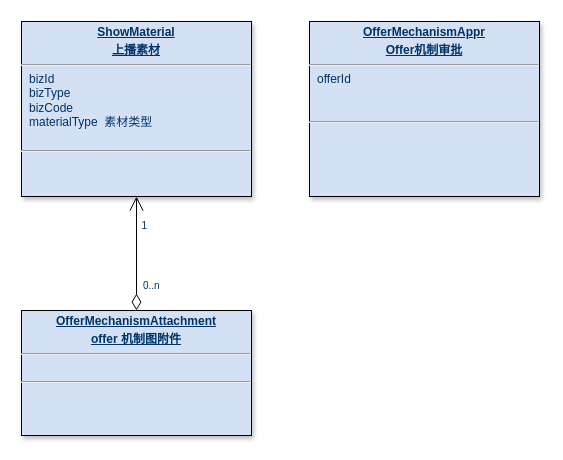
Earlier version of the draw.io diagram page "Offer素材-设计" (20 of 23) of 美one.drawio (rockywade/draw). Source tidied: cells renumbered, new cells numbered last; positions are measured from the earlier drawing's top-left corner, leaving out a move shared by most shapes. Both pictures are drawn from the tidied source at 100%, with x=0, y=0 at pixel (21, 21).
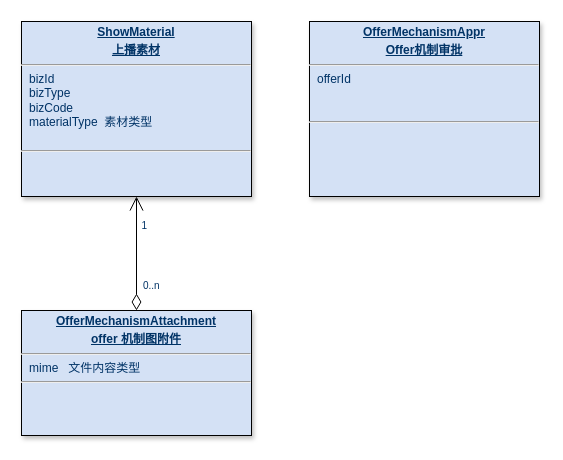
The same diagram, later.

What changed in the source:
```diff
@@
 <mxGraphModel>
   <root>
     <mxCell id="0" />
     <mxCell id="1" parent="0" />
     <mxCell id="2" value="&lt;p style=&quot;margin: 4px 0px 0px; text-align: center;&quot;&gt;&lt;span style=&quot;background-color: transparent; text-align: left;&quot;&gt;&lt;b&gt;&lt;u&gt;ShowMaterial&lt;/u&gt;&lt;/b&gt;&lt;/span&gt;&lt;/p&gt;&lt;p style=&quot;margin: 4px 0px 0px; text-align: center;&quot;&gt;&lt;span style=&quot;background-color: transparent; text-align: left;&quot;&gt;&lt;b&gt;&lt;u&gt;上播素材&lt;/u&gt;&lt;/b&gt;&lt;/span&gt;&lt;/p&gt;&lt;hr&gt;&lt;p style=&quot;margin: 0px; margin-left: 8px;&quot;&gt;bizId&lt;/p&gt;&lt;p style=&quot;margin: 0px; margin-left: 8px;&quot;&gt;bizType&lt;/p&gt;&lt;p style=&quot;margin: 0px; margin-left: 8px;&quot;&gt;bizCode&lt;/p&gt;&lt;p style=&quot;margin: 0px; margin-left: 8px;&quot;&gt;materialType&amp;nbsp;&amp;nbsp;素材类型&lt;/p&gt;&lt;p style=&quot;margin: 0px; margin-left: 8px;&quot;&gt;&lt;br&gt;&lt;/p&gt;&lt;hr&gt;&lt;p style=&quot;margin: 0px; margin-left: 8px;&quot;&gt;&lt;br&gt;&lt;/p&gt;&lt;p style=&quot;margin: 0px; margin-left: 8px;&quot;&gt;&lt;br&gt;&lt;/p&gt;" style="verticalAlign=top;align=left;overflow=fill;fontSize=12;fontFamily=Helvetica;html=1;strokeColor=default;shadow=1;fillColor=#D4E1F5;fontColor=#003366;rounded=0;glass=0;imageAspect=1;labelBackgroundColor=none;textShadow=0;direction=east;" parent="1" vertex="1">
       <mxGeometry width="230" height="175" as="geometry" />
     </mxCell>
-    <mxCell id="3" value="&lt;p style=&quot;margin: 4px 0px 0px; text-align: center;&quot;&gt;&lt;span style=&quot;background-color: transparent; text-align: left;&quot;&gt;&lt;b&gt;&lt;u&gt;OfferMechanismAttachment&lt;/u&gt;&lt;/b&gt;&lt;/span&gt;&lt;/p&gt;&lt;p style=&quot;margin: 4px 0px 0px; text-align: center;&quot;&gt;&lt;span style=&quot;background-color: transparent; text-align: left;&quot;&gt;&lt;b&gt;&lt;u&gt;offer 机制图附件&lt;/u&gt;&lt;/b&gt;&lt;/span&gt;&lt;/p&gt;&lt;hr&gt;&lt;p style=&quot;margin: 0px; margin-left: 8px;&quot;&gt;&lt;br&gt;&lt;/p&gt;&lt;hr&gt;&lt;p style=&quot;margin: 0px; margin-left: 8px;&quot;&gt;&lt;br&gt;&lt;/p&gt;&lt;p style=&quot;margin: 0px; margin-left: 8px;&quot;&gt;&lt;br&gt;&lt;/p&gt;" style="verticalAlign=top;align=left;overflow=fill;fontSize=12;fontFamily=Helvetica;html=1;strokeColor=default;shadow=1;fillColor=#D4E1F5;fontColor=#003366;rounded=0;glass=0;imageAspect=1;labelBackgroundColor=none;textShadow=0;direction=east;" parent="1" vertex="1">
+    <mxCell id="3" value="&lt;p style=&quot;margin: 4px 0px 0px; text-align: center;&quot;&gt;&lt;span style=&quot;background-color: transparent; text-align: left;&quot;&gt;&lt;b&gt;&lt;u&gt;OfferMechanismAttachment&lt;/u&gt;&lt;/b&gt;&lt;/span&gt;&lt;/p&gt;&lt;p style=&quot;margin: 4px 0px 0px; text-align: center;&quot;&gt;&lt;span style=&quot;background-color: transparent; text-align: left;&quot;&gt;&lt;b&gt;&lt;u&gt;offer 机制图附件&lt;/u&gt;&lt;/b&gt;&lt;/span&gt;&lt;/p&gt;&lt;hr&gt;&lt;p style=&quot;margin: 0px; margin-left: 8px;&quot;&gt;mime&amp;nbsp; &amp;nbsp;文件内容类型&lt;/p&gt;&lt;hr&gt;&lt;p style=&quot;margin: 0px; margin-left: 8px;&quot;&gt;&lt;br&gt;&lt;/p&gt;&lt;p style=&quot;margin: 0px; margin-left: 8px;&quot;&gt;&lt;br&gt;&lt;/p&gt;" style="verticalAlign=top;align=left;overflow=fill;fontSize=12;fontFamily=Helvetica;html=1;strokeColor=default;shadow=1;fillColor=#D4E1F5;fontColor=#003366;rounded=0;glass=0;imageAspect=1;labelBackgroundColor=none;textShadow=0;direction=east;" parent="1" vertex="1">
       <mxGeometry y="289" width="230" height="125" as="geometry" />
     </mxCell>
     <mxCell id="4" style="endArrow=open;endSize=12;startArrow=diamondThin;startSize=14;startFill=0;edgeStyle=orthogonalEdgeStyle;exitX=0.5;exitY=0;exitDx=0;exitDy=0;" parent="1" edge="1" source="3" target="2">
       <mxGeometry x="-377.9" y="803.2" as="geometry" />
     </mxCell>
     <mxCell id="5" value="0..n" style="align=left;verticalAlign=top;labelBackgroundColor=#ffffff;fontSize=10;strokeColor=#003366;shadow=1;fillColor=#D4E1F5;fontColor=#003366;" parent="4" vertex="1">
       <mxGeometry x="-1" relative="1" as="geometry">
         <mxPoint x="5" y="-37" as="offset" />
       </mxGeometry>
     </mxCell>
     <mxCell id="6" value="1" style="align=right;verticalAlign=top;labelBackgroundColor=#ffffff;fontSize=10;strokeColor=#003366;shadow=1;fillColor=#D4E1F5;fontColor=#003366;" parent="4" vertex="1">
       <mxGeometry x="1" relative="1" as="geometry">
         <mxPoint x="12" y="17" as="offset" />
       </mxGeometry>
     </mxCell>
     <mxCell id="7" value="&lt;p style=&quot;margin: 4px 0px 0px; text-align: center;&quot;&gt;&lt;span style=&quot;background-color: transparent; text-align: left;&quot;&gt;&lt;b&gt;&lt;u&gt;OfferMechanismAppr&lt;/u&gt;&lt;/b&gt;&lt;/span&gt;&lt;/p&gt;&lt;p style=&quot;margin: 4px 0px 0px; text-align: center;&quot;&gt;&lt;span style=&quot;background-color: transparent; text-align: left;&quot;&gt;&lt;b&gt;&lt;u&gt;Offer机制审批&lt;/u&gt;&lt;/b&gt;&lt;/span&gt;&lt;/p&gt;&lt;hr&gt;&lt;p style=&quot;margin: 0px; margin-left: 8px;&quot;&gt;offerId&lt;/p&gt;&lt;p style=&quot;margin: 0px; margin-left: 8px;&quot;&gt;&lt;br&gt;&lt;/p&gt;&lt;p style=&quot;margin: 0px; margin-left: 8px;&quot;&gt;&lt;br&gt;&lt;/p&gt;&lt;hr&gt;&lt;p style=&quot;margin: 0px; margin-left: 8px;&quot;&gt;&lt;br&gt;&lt;/p&gt;&lt;p style=&quot;margin: 0px; margin-left: 8px;&quot;&gt;&lt;br&gt;&lt;/p&gt;" style="verticalAlign=top;align=left;overflow=fill;fontSize=12;fontFamily=Helvetica;html=1;strokeColor=default;shadow=1;fillColor=#D4E1F5;fontColor=#003366;rounded=0;glass=0;imageAspect=1;labelBackgroundColor=none;textShadow=0;direction=east;" parent="1" vertex="1">
       <mxGeometry x="288" width="230" height="175" as="geometry" />
     </mxCell>
   </root>
 </mxGraphModel>
```
